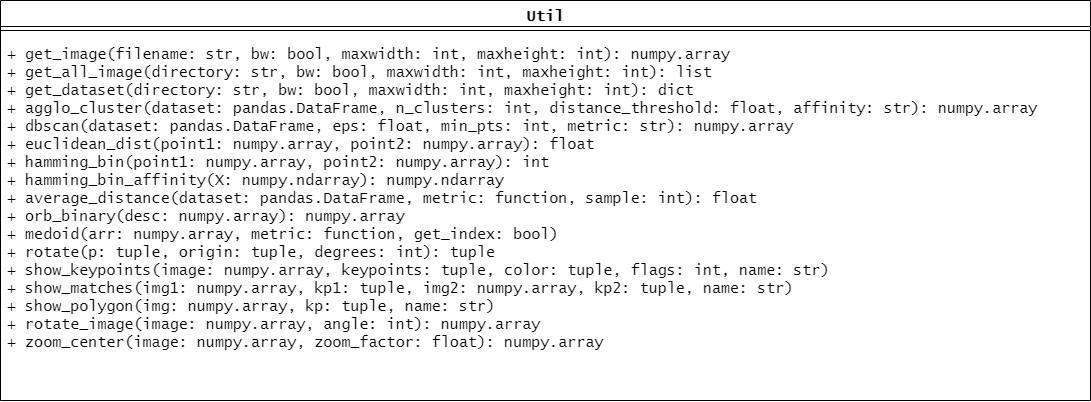
gianmartind/Skripsi-6181801015 keeps this draw.io diagram as Gambar/util_class.png. Above is the earlier version. Source tidied: cells renumbered, new cells last; positions are measured from the earlier drawing's top-left corner, leaving out a move shared by most shapes.
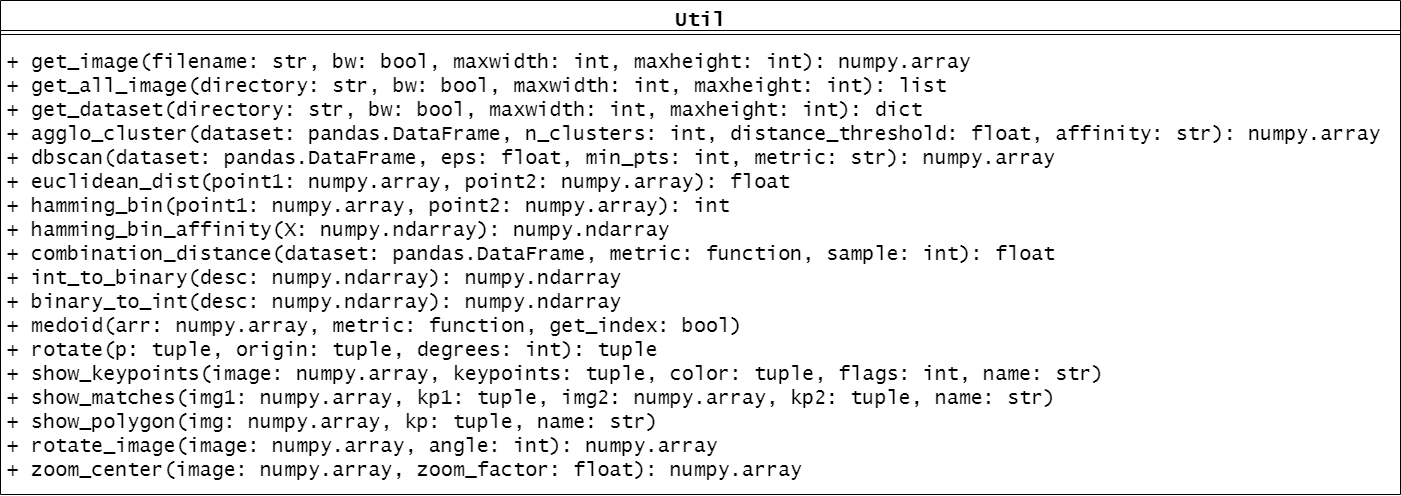
After the change.

The edit, as a diff of the source:
```diff
@@ -2,14 +2,14 @@
   <root>
     <mxCell id="0" />
     <mxCell id="1" parent="0" />
-    <mxCell id="2" value="Util" style="swimlane;fontStyle=1;align=center;verticalAlign=top;horizontal=1;startSize=26;fontSize=15;fontFamily=Lucida Console;" parent="1" vertex="1">
-      <mxGeometry width="1090" height="400" as="geometry" />
+    <mxCell id="2" value="Util" style="swimlane;fontStyle=1;align=center;verticalAlign=top;horizontal=1;startSize=30;fontSize=20;fontFamily=Lucida Console;" parent="1" vertex="1">
+      <mxGeometry width="1400" height="494" as="geometry" />
     </mxCell>
     <mxCell id="3" style="line;strokeWidth=1;fillColor=none;align=left;verticalAlign=middle;spacingTop=-1;spacingLeft=3;spacingRight=3;labelPosition=right;" parent="2" vertex="1">
-      <mxGeometry y="26" width="1090" height="8" as="geometry" />
+      <mxGeometry y="30" width="1400" height="8" as="geometry" />
     </mxCell>
-    <mxCell id="4" value="+ get_image(filename: str, bw: bool, maxwidth: int, maxheight: int): numpy.array&#10;+ get_all_image(directory: str, bw: bool, maxwidth: int, maxheight: int): list&#10;+ get_dataset(directory: str, bw: bool, maxwidth: int, maxheight: int): dict&#10;+ agglo_cluster(dataset: pandas.DataFrame, n_clusters: int, distance_threshold: float, affinity: str): numpy.array&#10;+ dbscan(dataset: pandas.DataFrame, eps: float, min_pts: int, metric: str): numpy.array&#10;+ euclidean_dist(point1: numpy.array, point2: numpy.array): float&#10;+ hamming_bin(point1: numpy.array, point2: numpy.array): int&#10;+ hamming_bin_affinity(X: numpy.ndarray): numpy.ndarray&#10;+ average_distance(dataset: pandas.DataFrame, metric: function, sample: int): float&#10;+ orb_binary(desc: numpy.array): numpy.array&#10;+ medoid(arr: numpy.array, metric: function, get_index: bool)&#10;+ rotate(p: tuple, origin: tuple, degrees: int): tuple&#10;+ show_keypoints(image: numpy.array, keypoints: tuple, color: tuple, flags: int, name: str)&#10;+ show_matches(img1: numpy.array, kp1: tuple, img2: numpy.array, kp2: tuple, name: str)&#10;+ show_polygon(img: numpy.array, kp: tuple, name: str)&#10;+ rotate_image(image: numpy.array, angle: int): numpy.array&#10;+ zoom_center(image: numpy.array, zoom_factor: float): numpy.array&#10;" style="text;strokeColor=none;fillColor=none;align=left;verticalAlign=top;spacingLeft=4;spacingRight=4;overflow=hidden;fontSize=15;fontFamily=Lucida Console;spacingTop=3;spacing=3;spacingBottom=1;" parent="2" vertex="1">
-      <mxGeometry y="34" width="1090" height="366" as="geometry" />
+    <mxCell id="4" value="+ get_image(filename: str, bw: bool, maxwidth: int, maxheight: int): numpy.array&#10;+ get_all_image(directory: str, bw: bool, maxwidth: int, maxheight: int): list&#10;+ get_dataset(directory: str, bw: bool, maxwidth: int, maxheight: int): dict&#10;+ agglo_cluster(dataset: pandas.DataFrame, n_clusters: int, distance_threshold: float, affinity: str): numpy.array&#10;+ dbscan(dataset: pandas.DataFrame, eps: float, min_pts: int, metric: str): numpy.array&#10;+ euclidean_dist(point1: numpy.array, point2: numpy.array): float&#10;+ hamming_bin(point1: numpy.array, point2: numpy.array): int&#10;+ hamming_bin_affinity(X: numpy.ndarray): numpy.ndarray&#10;+ combination_distance(dataset: pandas.DataFrame, metric: function, sample: int): float&#10;+ int_to_binary(desc: numpy.ndarray): numpy.ndarray&#10;+ binary_to_int(desc: numpy.ndarray): numpy.ndarray&#10;+ medoid(arr: numpy.array, metric: function, get_index: bool)&#10;+ rotate(p: tuple, origin: tuple, degrees: int): tuple&#10;+ show_keypoints(image: numpy.array, keypoints: tuple, color: tuple, flags: int, name: str)&#10;+ show_matches(img1: numpy.array, kp1: tuple, img2: numpy.array, kp2: tuple, name: str)&#10;+ show_polygon(img: numpy.array, kp: tuple, name: str)&#10;+ rotate_image(image: numpy.array, angle: int): numpy.array&#10;+ zoom_center(image: numpy.array, zoom_factor: float): numpy.array&#10;" style="text;strokeColor=none;fillColor=none;align=left;verticalAlign=top;spacingLeft=4;spacingRight=4;overflow=hidden;fontSize=20;fontFamily=Lucida Console;spacingTop=3;spacing=3;spacingBottom=1;" parent="2" vertex="1">
+      <mxGeometry y="38" width="1400" height="456" as="geometry" />
     </mxCell>
   </root>
 </mxGraphModel>
```
